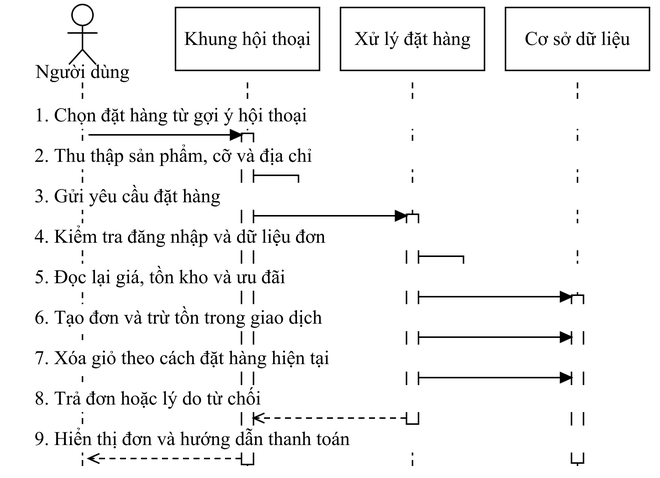
Earlier version of the draw.io export docs/do-an-LSOUL/So-do-LSOUL-rut-gon/anh-png/SEQ-23.png (Loccao102/BanHang). Source tidied: cells renumbered, new cells last; positions are measured from the earlier drawing's top-left corner, leaving out a move shared by most shapes.
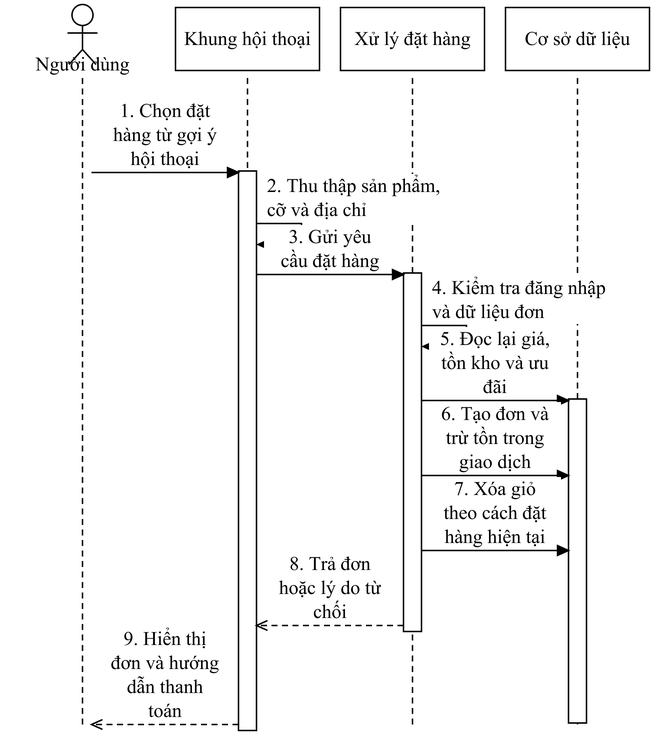
Later version of the same file.

Diff of the diagram source:
```diff
@@ -4,124 +4,124 @@
     <mxCell id="1" parent="0" />
     <mxCell id="2" style="fontFamily=Times New Roman;fontSize=13;fontColor=#000000;strokeColor=#000000;strokeWidth=1;fillColor=#FFFFFF;shadow=0;rounded=0;html=0;whiteSpace=wrap;spacing=5;endArrow=none;endFill=1;startArrow=none;dashed=1;dashPattern=4 3;" parent="1" edge="1">
       <mxGeometry relative="1" as="geometry">
-        <mxPoint x="48" y="52" as="sourcePoint" />
-        <mxPoint x="48" y="308" as="targetPoint" />
+        <mxPoint x="48" y="49" as="sourcePoint" />
+        <mxPoint x="48" y="481" as="targetPoint" />
       </mxGeometry>
     </mxCell>
     <mxCell id="3" style="fontFamily=Times New Roman;fontSize=13;fontColor=#000000;strokeColor=#000000;strokeWidth=1;fillColor=#FFFFFF;shadow=0;rounded=0;html=0;whiteSpace=wrap;spacing=5;endArrow=none;endFill=1;startArrow=none;dashed=1;dashPattern=4 3;" parent="1" edge="1">
       <mxGeometry relative="1" as="geometry">
-        <mxPoint x="158" y="52" as="sourcePoint" />
-        <mxPoint x="158" y="308" as="targetPoint" />
+        <mxPoint x="158" y="49" as="sourcePoint" />
+        <mxPoint x="158" y="481" as="targetPoint" />
       </mxGeometry>
     </mxCell>
     <mxCell id="4" style="fontFamily=Times New Roman;fontSize=13;fontColor=#000000;strokeColor=#000000;strokeWidth=1;fillColor=#FFFFFF;shadow=0;rounded=0;html=0;whiteSpace=wrap;spacing=5;endArrow=none;endFill=1;startArrow=none;dashed=1;dashPattern=4 3;" parent="1" edge="1">
       <mxGeometry relative="1" as="geometry">
-        <mxPoint x="268" y="52" as="sourcePoint" />
-        <mxPoint x="268" y="308" as="targetPoint" />
+        <mxPoint x="268" y="49" as="sourcePoint" />
+        <mxPoint x="268" y="481" as="targetPoint" />
       </mxGeometry>
     </mxCell>
     <mxCell id="5" style="fontFamily=Times New Roman;fontSize=13;fontColor=#000000;strokeColor=#000000;strokeWidth=1;fillColor=#FFFFFF;shadow=0;rounded=0;html=0;whiteSpace=wrap;spacing=5;endArrow=none;endFill=1;startArrow=none;dashed=1;dashPattern=4 3;" parent="1" edge="1">
       <mxGeometry relative="1" as="geometry">
-        <mxPoint x="378" y="52" as="sourcePoint" />
-        <mxPoint x="378" y="308" as="targetPoint" />
+        <mxPoint x="378" y="49" as="sourcePoint" />
+        <mxPoint x="378" y="481" as="targetPoint" />
       </mxGeometry>
     </mxCell>
     <mxCell id="6" style="fontFamily=Times New Roman;fontSize=13;fontColor=#000000;strokeColor=#000000;strokeWidth=1;fillColor=#FFFFFF;shadow=0;rounded=0;html=0;whiteSpace=wrap;spacing=5;align=center;verticalAlign=middle;" parent="1" vertex="1">
-      <mxGeometry x="264" y="140" width="8" height="140" as="geometry" />
+      <mxGeometry x="262" y="179" width="12" height="239" as="geometry" />
     </mxCell>
     <mxCell id="7" style="fontFamily=Times New Roman;fontSize=13;fontColor=#000000;strokeColor=#000000;strokeWidth=1;fillColor=#FFFFFF;shadow=0;rounded=0;html=0;whiteSpace=wrap;spacing=5;align=center;verticalAlign=middle;" parent="1" vertex="1">
-      <mxGeometry x="154" y="86" width="8" height="221" as="geometry" />
+      <mxGeometry x="152" y="111" width="12" height="373" as="geometry" />
     </mxCell>
     <mxCell id="8" style="fontFamily=Times New Roman;fontSize=13;fontColor=#000000;strokeColor=#000000;strokeWidth=1;fillColor=#FFFFFF;shadow=0;rounded=0;html=0;whiteSpace=wrap;spacing=5;align=center;verticalAlign=middle;" parent="1" vertex="1">
-      <mxGeometry x="374" y="194" width="8" height="112" as="geometry" />
+      <mxGeometry x="372" y="263" width="12" height="216" as="geometry" />
     </mxCell>
-    <mxCell id="9" value="1. Chọn đặt hàng từ gợi ý hội thoại" style="fontFamily=Times New Roman;fontSize=13;fontColor=#000000;strokeColor=#000000;strokeWidth=1;fillColor=#FFFFFF;shadow=0;rounded=0;html=0;whiteSpace=wrap;spacing=5;text;strokeColor=none;fillColor=none;align=left;verticalAlign=middle;fillColor=#FFFFFF;" parent="1" vertex="1">
-      <mxGeometry x="11" y="65" width="404" height="18" as="geometry" />
+    <mxCell id="9" value="1. Chọn đặt&#10;hàng từ gợi ý&#10;hội thoại" style="fontFamily=Times New Roman;fontSize=13;fontColor=#000000;strokeColor=#000000;strokeWidth=1;fillColor=#FFFFFF;shadow=0;rounded=0;html=0;whiteSpace=wrap;spacing=5;text;strokeColor=none;fillColor=none;align=center;verticalAlign=middle;fillColor=#FFFFFF;" parent="1" vertex="1">
+      <mxGeometry x="59" y="63" width="88" height="48" as="geometry" />
     </mxCell>
     <mxCell id="10" style="fontFamily=Times New Roman;fontSize=13;fontColor=#000000;strokeColor=#000000;strokeWidth=1;fillColor=#FFFFFF;shadow=0;rounded=0;html=0;whiteSpace=wrap;spacing=5;endArrow=block;endFill=1;startArrow=none;" parent="1" edge="1">
       <mxGeometry relative="1" as="geometry">
-        <mxPoint x="52" y="87" as="sourcePoint" />
-        <mxPoint x="154" y="87" as="targetPoint" />
+        <mxPoint x="54" y="112" as="sourcePoint" />
+        <mxPoint x="152" y="112" as="targetPoint" />
       </mxGeometry>
     </mxCell>
-    <mxCell id="11" value="2. Thu thập sản phẩm, cỡ và địa chỉ" style="fontFamily=Times New Roman;fontSize=13;fontColor=#000000;strokeColor=#000000;strokeWidth=1;fillColor=#FFFFFF;shadow=0;rounded=0;html=0;whiteSpace=wrap;spacing=5;text;strokeColor=none;fillColor=none;align=left;verticalAlign=middle;fillColor=#FFFFFF;" parent="1" vertex="1">
-      <mxGeometry x="11" y="92" width="404" height="18" as="geometry" />
+    <mxCell id="11" value="2. Thu thập sản phẩm,&#10;cỡ và địa chỉ" style="fontFamily=Times New Roman;fontSize=13;fontColor=#000000;strokeColor=#000000;strokeWidth=1;fillColor=#FFFFFF;shadow=0;rounded=0;html=0;whiteSpace=wrap;spacing=5;text;strokeColor=none;fillColor=none;align=left;verticalAlign=middle;fillColor=#FFFFFF;" parent="1" vertex="1">
+      <mxGeometry x="166" y="113" width="136" height="32" as="geometry" />
     </mxCell>
     <mxCell id="12" style="fontFamily=Times New Roman;fontSize=13;fontColor=#000000;strokeColor=#000000;strokeWidth=1;fillColor=#FFFFFF;shadow=0;rounded=0;html=0;whiteSpace=wrap;spacing=5;endArrow=block;endFill=1;startArrow=none;" parent="1" edge="1">
       <mxGeometry relative="1" as="geometry">
-        <mxPoint x="162" y="114" as="sourcePoint" />
-        <mxPoint x="163" y="126" as="targetPoint" />
+        <mxPoint x="164" y="146" as="sourcePoint" />
+        <mxPoint x="165" y="160" as="targetPoint" />
         <Array as="points">
-          <mxPoint x="192" y="114" />
-          <mxPoint x="192" y="126" />
+          <mxPoint x="194" y="146" />
+          <mxPoint x="194" y="160" />
         </Array>
       </mxGeometry>
     </mxCell>
-    <mxCell id="13" value="3. Gửi yêu cầu đặt hàng" style="fontFamily=Times New Roman;fontSize=13;fontColor=#000000;strokeColor=#000000;strokeWidth=1;fillColor=#FFFFFF;shadow=0;rounded=0;html=0;whiteSpace=wrap;spacing=5;text;strokeColor=none;fillColor=none;align=left;verticalAlign=middle;fillColor=#FFFFFF;" parent="1" vertex="1">
-      <mxGeometry x="11" y="119" width="404" height="18" as="geometry" />
+    <mxCell id="13" value="3. Gửi yêu&#10;cầu đặt hàng" style="fontFamily=Times New Roman;fontSize=13;fontColor=#000000;strokeColor=#000000;strokeWidth=1;fillColor=#FFFFFF;shadow=0;rounded=0;html=0;whiteSpace=wrap;spacing=5;text;strokeColor=none;fillColor=none;align=center;verticalAlign=middle;fillColor=#FFFFFF;" parent="1" vertex="1">
+      <mxGeometry x="169" y="147" width="88" height="32" as="geometry" />
     </mxCell>
     <mxCell id="14" style="fontFamily=Times New Roman;fontSize=13;fontColor=#000000;strokeColor=#000000;strokeWidth=1;fillColor=#FFFFFF;shadow=0;rounded=0;html=0;whiteSpace=wrap;spacing=5;endArrow=block;endFill=1;startArrow=none;" parent="1" edge="1">
       <mxGeometry relative="1" as="geometry">
-        <mxPoint x="162" y="141" as="sourcePoint" />
-        <mxPoint x="264" y="141" as="targetPoint" />
+        <mxPoint x="164" y="180" as="sourcePoint" />
+        <mxPoint x="262" y="180" as="targetPoint" />
       </mxGeometry>
     </mxCell>
-    <mxCell id="15" value="4. Kiểm tra đăng nhập và dữ liệu đơn" style="fontFamily=Times New Roman;fontSize=13;fontColor=#000000;strokeColor=#000000;strokeWidth=1;fillColor=#FFFFFF;shadow=0;rounded=0;html=0;whiteSpace=wrap;spacing=5;text;strokeColor=none;fillColor=none;align=left;verticalAlign=middle;fillColor=#FFFFFF;" parent="1" vertex="1">
-      <mxGeometry x="11" y="146" width="404" height="18" as="geometry" />
+    <mxCell id="15" value="4. Kiểm tra đăng nhập&#10;và dữ liệu đơn" style="fontFamily=Times New Roman;fontSize=13;fontColor=#000000;strokeColor=#000000;strokeWidth=1;fillColor=#FFFFFF;shadow=0;rounded=0;html=0;whiteSpace=wrap;spacing=5;text;strokeColor=none;fillColor=none;align=left;verticalAlign=middle;fillColor=#FFFFFF;" parent="1" vertex="1">
+      <mxGeometry x="276" y="181" width="136" height="32" as="geometry" />
     </mxCell>
     <mxCell id="16" style="fontFamily=Times New Roman;fontSize=13;fontColor=#000000;strokeColor=#000000;strokeWidth=1;fillColor=#FFFFFF;shadow=0;rounded=0;html=0;whiteSpace=wrap;spacing=5;endArrow=block;endFill=1;startArrow=none;" parent="1" edge="1">
       <mxGeometry relative="1" as="geometry">
-        <mxPoint x="272" y="168" as="sourcePoint" />
-        <mxPoint x="273" y="180" as="targetPoint" />
+        <mxPoint x="274" y="214" as="sourcePoint" />
+        <mxPoint x="275" y="228" as="targetPoint" />
         <Array as="points">
-          <mxPoint x="302" y="168" />
-          <mxPoint x="302" y="180" />
+          <mxPoint x="304" y="214" />
+          <mxPoint x="304" y="228" />
         </Array>
       </mxGeometry>
     </mxCell>
-    <mxCell id="17" value="5. Đọc lại giá, tồn kho và ưu đãi" style="fontFamily=Times New Roman;fontSize=13;fontColor=#000000;strokeColor=#000000;strokeWidth=1;fillColor=#FFFFFF;shadow=0;rounded=0;html=0;whiteSpace=wrap;spacing=5;text;strokeColor=none;fillColor=none;align=left;verticalAlign=middle;fillColor=#FFFFFF;" parent="1" vertex="1">
-      <mxGeometry x="11" y="173" width="404" height="18" as="geometry" />
+    <mxCell id="17" value="5. Đọc lại giá,&#10;tồn kho và ưu&#10;đãi" style="fontFamily=Times New Roman;fontSize=13;fontColor=#000000;strokeColor=#000000;strokeWidth=1;fillColor=#FFFFFF;shadow=0;rounded=0;html=0;whiteSpace=wrap;spacing=5;text;strokeColor=none;fillColor=none;align=center;verticalAlign=middle;fillColor=#FFFFFF;" parent="1" vertex="1">
+      <mxGeometry x="279" y="215" width="88" height="48" as="geometry" />
     </mxCell>
     <mxCell id="18" style="fontFamily=Times New Roman;fontSize=13;fontColor=#000000;strokeColor=#000000;strokeWidth=1;fillColor=#FFFFFF;shadow=0;rounded=0;html=0;whiteSpace=wrap;spacing=5;endArrow=block;endFill=1;startArrow=none;" parent="1" edge="1">
       <mxGeometry relative="1" as="geometry">
-        <mxPoint x="272" y="195" as="sourcePoint" />
-        <mxPoint x="374" y="195" as="targetPoint" />
+        <mxPoint x="274" y="264" as="sourcePoint" />
+        <mxPoint x="372" y="264" as="targetPoint" />
       </mxGeometry>
     </mxCell>
-    <mxCell id="19" value="6. Tạo đơn và trừ tồn trong giao dịch" style="fontFamily=Times New Roman;fontSize=13;fontColor=#000000;strokeColor=#000000;strokeWidth=1;fillColor=#FFFFFF;shadow=0;rounded=0;html=0;whiteSpace=wrap;spacing=5;text;strokeColor=none;fillColor=none;align=left;verticalAlign=middle;fillColor=#FFFFFF;" parent="1" vertex="1">
-      <mxGeometry x="11" y="200" width="404" height="18" as="geometry" />
+    <mxCell id="19" value="6. Tạo đơn và&#10;trừ tồn trong&#10;giao dịch" style="fontFamily=Times New Roman;fontSize=13;fontColor=#000000;strokeColor=#000000;strokeWidth=1;fillColor=#FFFFFF;shadow=0;rounded=0;html=0;whiteSpace=wrap;spacing=5;text;strokeColor=none;fillColor=none;align=center;verticalAlign=middle;fillColor=#FFFFFF;" parent="1" vertex="1">
+      <mxGeometry x="279" y="265" width="88" height="48" as="geometry" />
     </mxCell>
     <mxCell id="20" style="fontFamily=Times New Roman;fontSize=13;fontColor=#000000;strokeColor=#000000;strokeWidth=1;fillColor=#FFFFFF;shadow=0;rounded=0;html=0;whiteSpace=wrap;spacing=5;endArrow=block;endFill=1;startArrow=none;" parent="1" edge="1">
       <mxGeometry relative="1" as="geometry">
-        <mxPoint x="272" y="222" as="sourcePoint" />
-        <mxPoint x="374" y="222" as="targetPoint" />
+        <mxPoint x="274" y="314" as="sourcePoint" />
+        <mxPoint x="372" y="314" as="targetPoint" />
       </mxGeometry>
     </mxCell>
-    <mxCell id="21" value="7. Xóa giỏ theo cách đặt hàng hiện tại" style="fontFamily=Times New Roman;fontSize=13;fontColor=#000000;strokeColor=#000000;strokeWidth=1;fillColor=#FFFFFF;shadow=0;rounded=0;html=0;whiteSpace=wrap;spacing=5;text;strokeColor=none;fillColor=none;align=left;verticalAlign=middle;fillColor=#FFFFFF;" parent="1" vertex="1">
-      <mxGeometry x="11" y="227" width="404" height="18" as="geometry" />
+    <mxCell id="21" value="7. Xóa giỏ&#10;theo cách đặt&#10;hàng hiện tại" style="fontFamily=Times New Roman;fontSize=13;fontColor=#000000;strokeColor=#000000;strokeWidth=1;fillColor=#FFFFFF;shadow=0;rounded=0;html=0;whiteSpace=wrap;spacing=5;text;strokeColor=none;fillColor=none;align=center;verticalAlign=middle;fillColor=#FFFFFF;" parent="1" vertex="1">
+      <mxGeometry x="279" y="315" width="88" height="48" as="geometry" />
     </mxCell>
     <mxCell id="22" style="fontFamily=Times New Roman;fontSize=13;fontColor=#000000;strokeColor=#000000;strokeWidth=1;fillColor=#FFFFFF;shadow=0;rounded=0;html=0;whiteSpace=wrap;spacing=5;endArrow=block;endFill=1;startArrow=none;" parent="1" edge="1">
       <mxGeometry relative="1" as="geometry">
-        <mxPoint x="272" y="249" as="sourcePoint" />
-        <mxPoint x="374" y="249" as="targetPoint" />
+        <mxPoint x="274" y="364" as="sourcePoint" />
+        <mxPoint x="372" y="364" as="targetPoint" />
       </mxGeometry>
     </mxCell>
-    <mxCell id="23" value="8. Trả đơn hoặc lý do từ chối" style="fontFamily=Times New Roman;fontSize=13;fontColor=#000000;strokeColor=#000000;strokeWidth=1;fillColor=#FFFFFF;shadow=0;rounded=0;html=0;whiteSpace=wrap;spacing=5;text;strokeColor=none;fillColor=none;align=left;verticalAlign=middle;fillColor=#FFFFFF;" parent="1" vertex="1">
-      <mxGeometry x="11" y="254" width="404" height="18" as="geometry" />
+    <mxCell id="23" value="8. Trả đơn&#10;hoặc lý do từ&#10;chối" style="fontFamily=Times New Roman;fontSize=13;fontColor=#000000;strokeColor=#000000;strokeWidth=1;fillColor=#FFFFFF;shadow=0;rounded=0;html=0;whiteSpace=wrap;spacing=5;text;strokeColor=none;fillColor=none;align=center;verticalAlign=middle;fillColor=#FFFFFF;" parent="1" vertex="1">
+      <mxGeometry x="169" y="365" width="88" height="48" as="geometry" />
     </mxCell>
     <mxCell id="24" style="fontFamily=Times New Roman;fontSize=13;fontColor=#000000;strokeColor=#000000;strokeWidth=1;fillColor=#FFFFFF;shadow=0;rounded=0;html=0;whiteSpace=wrap;spacing=5;endArrow=open;endFill=1;startArrow=none;dashed=1;dashPattern=4 3;" parent="1" edge="1">
       <mxGeometry relative="1" as="geometry">
-        <mxPoint x="264" y="276" as="sourcePoint" />
-        <mxPoint x="162" y="276" as="targetPoint" />
+        <mxPoint x="262" y="414" as="sourcePoint" />
+        <mxPoint x="164" y="414" as="targetPoint" />
       </mxGeometry>
     </mxCell>
-    <mxCell id="25" value="9. Hiển thị đơn và hướng dẫn thanh toán" style="fontFamily=Times New Roman;fontSize=13;fontColor=#000000;strokeColor=#000000;strokeWidth=1;fillColor=#FFFFFF;shadow=0;rounded=0;html=0;whiteSpace=wrap;spacing=5;text;strokeColor=none;fillColor=none;align=left;verticalAlign=middle;fillColor=#FFFFFF;" parent="1" vertex="1">
-      <mxGeometry x="11" y="281" width="404" height="18" as="geometry" />
+    <mxCell id="25" value="9. Hiển thị&#10;đơn và hướng&#10;dẫn thanh&#10;toán" style="fontFamily=Times New Roman;fontSize=13;fontColor=#000000;strokeColor=#000000;strokeWidth=1;fillColor=#FFFFFF;shadow=0;rounded=0;html=0;whiteSpace=wrap;spacing=5;text;strokeColor=none;fillColor=none;align=center;verticalAlign=middle;fillColor=#FFFFFF;" parent="1" vertex="1">
+      <mxGeometry x="59" y="415" width="88" height="64" as="geometry" />
     </mxCell>
     <mxCell id="26" style="fontFamily=Times New Roman;fontSize=13;fontColor=#000000;strokeColor=#000000;strokeWidth=1;fillColor=#FFFFFF;shadow=0;rounded=0;html=0;whiteSpace=wrap;spacing=5;endArrow=open;endFill=1;startArrow=none;dashed=1;dashPattern=4 3;" parent="1" edge="1">
       <mxGeometry relative="1" as="geometry">
-        <mxPoint x="154" y="303" as="sourcePoint" />
-        <mxPoint x="52" y="303" as="targetPoint" />
+        <mxPoint x="152" y="480" as="sourcePoint" />
+        <mxPoint x="54" y="480" as="targetPoint" />
       </mxGeometry>
     </mxCell>
     <mxCell id="27" style="fontFamily=Times New Roman;fontSize=13;fontColor=#000000;strokeColor=#000000;strokeWidth=1;fillColor=#FFFFFF;shadow=0;rounded=0;html=0;whiteSpace=wrap;spacing=5;ellipse;perimeter=ellipsePerimeter;align=center;verticalAlign=middle;" parent="1" vertex="1">
@@ -152,7 +152,7 @@
       </mxGeometry>
     </mxCell>
     <mxCell id="32" value="Người dùng" style="fontFamily=Times New Roman;fontSize=13;fontColor=#000000;strokeColor=#000000;strokeWidth=1;fillColor=#FFFFFF;shadow=0;rounded=0;html=0;whiteSpace=wrap;spacing=5;text;strokeColor=none;fillColor=none;align=center;verticalAlign=middle;" parent="1" vertex="1">
-      <mxGeometry y="37" width="96" height="16" as="geometry" />
+      <mxGeometry y="32" width="96" height="16" as="geometry" />
     </mxCell>
     <mxCell id="33" value="Khung hội thoại" style="fontFamily=Times New Roman;fontSize=13;fontColor=#000000;strokeColor=#000000;strokeWidth=1;fillColor=#FFFFFF;shadow=0;rounded=0;html=0;whiteSpace=wrap;spacing=5;align=center;verticalAlign=middle;" parent="1" vertex="1">
       <mxGeometry x="110" y="2" width="96" height="42" as="geometry" />
```
